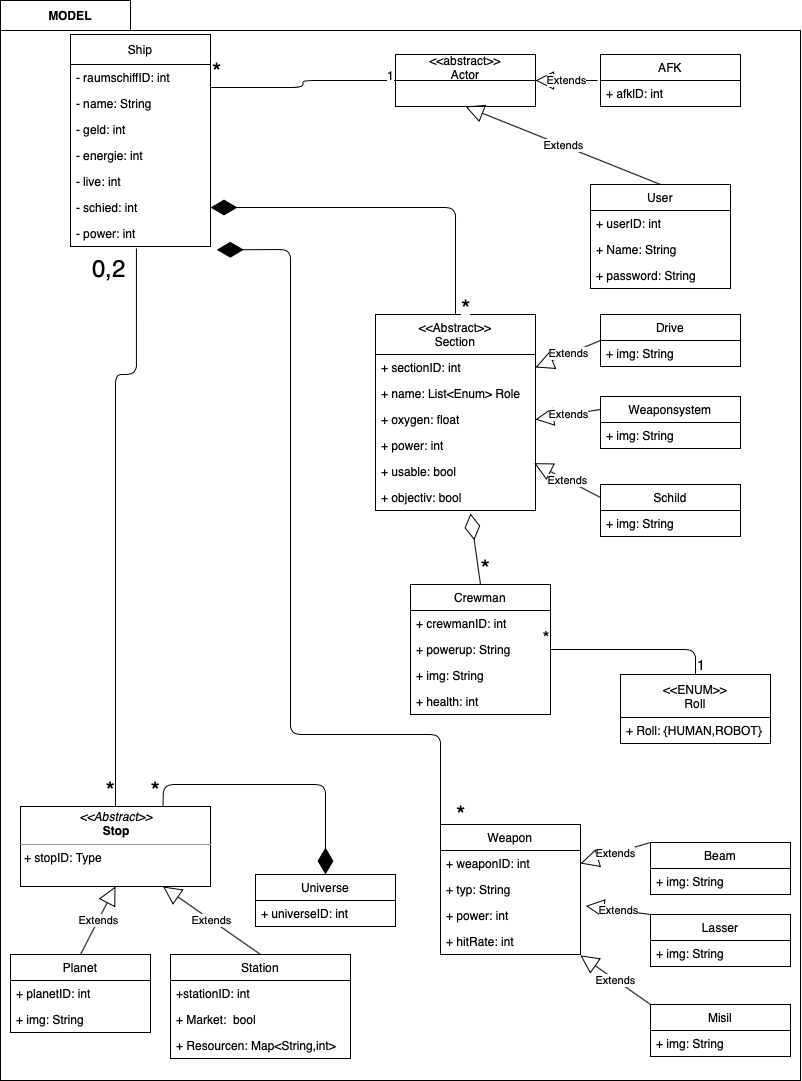
The draw.io diagram docs/Modulsicht_Quellcode/Model.png in ksreyr/SpaceStudio, before a commit. Source tidied: cells renumbered, new cells last; positions are measured from the earlier drawing's top-left corner, leaving out a move shared by most shapes.
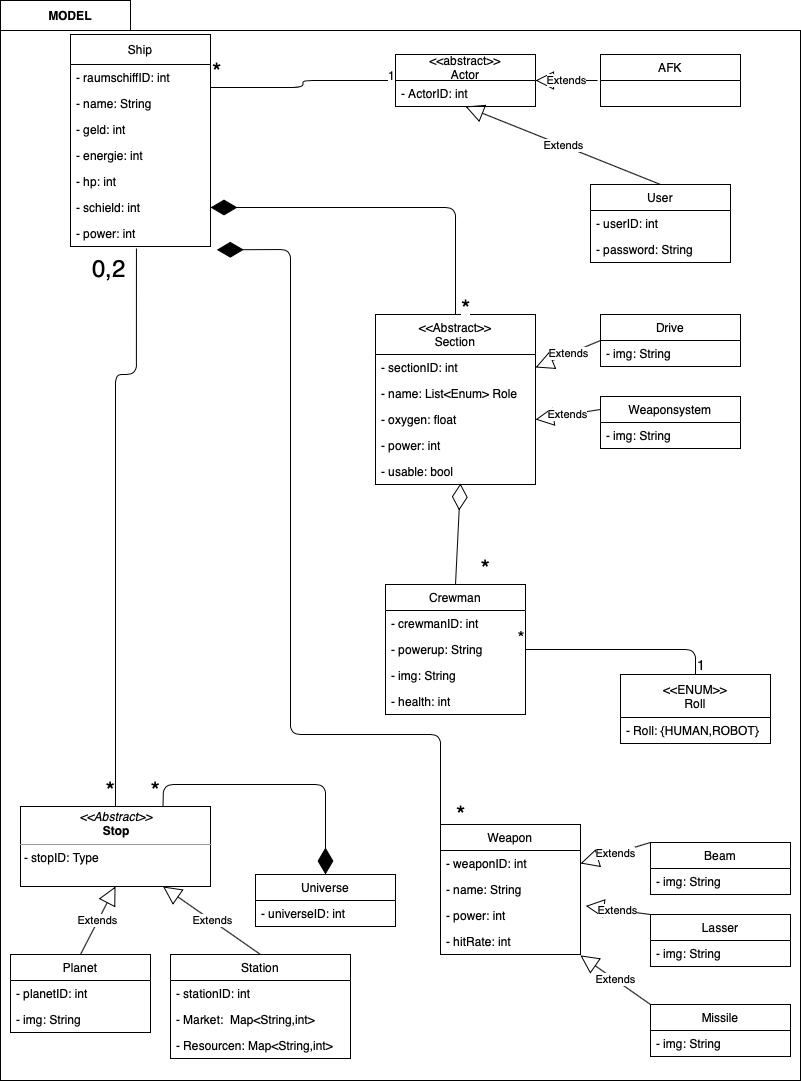
The same diagram one commit later.

The edit, as a diff of the source:
```diff
@@ -10,4 +10,6 @@
     </mxCell>
-    <mxCell id="4" value="Extends" style="endArrow=block;endSize=16;endFill=0;html=1;entryX=1;entryY=0.5;entryDx=0;entryDy=0;exitX=-0.021;exitY=0;exitDx=0;exitDy=0;exitPerimeter=0;" parent="1" edge="1" source="18" target="16">
-      <mxGeometry relative="1" as="geometry" />
+    <mxCell id="4" value="Extends" style="endArrow=block;endSize=16;endFill=0;html=1;entryX=1;entryY=0.5;entryDx=0;entryDy=0;exitX=-0.021;exitY=0;exitDx=0;exitDy=0;exitPerimeter=0;" parent="1" edge="1" target="16">
+      <mxGeometry relative="1" as="geometry">
+        <mxPoint x="597.1" y="80" as="sourcePoint" />
+      </mxGeometry>
     </mxCell>
@@ -39,6 +41,6 @@
     </mxCell>
-    <mxCell id="13" value="- live: int" style="text;strokeColor=none;fillColor=none;align=left;verticalAlign=top;spacingLeft=4;spacingRight=4;overflow=hidden;" parent="8" vertex="1">
+    <mxCell id="13" value="- hp: int" style="text;strokeColor=none;fillColor=none;align=left;verticalAlign=top;spacingLeft=4;spacingRight=4;overflow=hidden;" parent="8" vertex="1">
       <mxGeometry y="134" width="140" height="26" as="geometry" />
     </mxCell>
-    <mxCell id="14" value="- schied: int" style="text;strokeColor=none;fillColor=none;align=left;verticalAlign=top;spacingLeft=4;spacingRight=4;overflow=hidden;points=[[0,0.5],[1,0.5]];portConstraint=eastwest;" parent="8" vertex="1">
+    <mxCell id="14" value="- schield: int" style="text;strokeColor=none;fillColor=none;align=left;verticalAlign=top;spacingLeft=4;spacingRight=4;overflow=hidden;points=[[0,0.5],[1,0.5]];portConstraint=eastwest;" parent="8" vertex="1">
       <mxGeometry y="160" width="140" height="26" as="geometry" />
@@ -51,2 +53,5 @@
     </mxCell>
+    <mxCell id="87" value="- ActorID: int" style="text;strokeColor=none;fillColor=none;align=left;verticalAlign=top;spacingLeft=4;spacingRight=4;overflow=hidden;" parent="16" vertex="1">
+      <mxGeometry y="26" width="140" height="26" as="geometry" />
+    </mxCell>
     <mxCell id="17" value="AFK" style="swimlane;fontStyle=0;horizontal=1;startSize=26;fillColor=none;" parent="1" vertex="1">
@@ -54,18 +59,12 @@
     </mxCell>
-    <mxCell id="18" value="+ afklD: int" style="text;strokeColor=none;fillColor=none;align=left;verticalAlign=top;spacingLeft=4;spacingRight=4;overflow=hidden;points=[[0,0.5],[1,0.5]];portConstraint=eastwest;" parent="17" vertex="1">
-      <mxGeometry y="26" width="140" height="26" as="geometry" />
-    </mxCell>
     <mxCell id="19" value="User" style="swimlane;fontStyle=0;horizontal=1;startSize=26;fillColor=none;" parent="1" vertex="1">
-      <mxGeometry x="590" y="184" width="140" height="104" as="geometry" />
+      <mxGeometry x="590" y="184" width="140" height="78" as="geometry" />
     </mxCell>
-    <mxCell id="20" value="+ userID: int" style="text;strokeColor=none;fillColor=none;align=left;verticalAlign=top;spacingLeft=4;spacingRight=4;overflow=hidden;" parent="19" vertex="1">
+    <mxCell id="20" value="- userID: int" style="text;strokeColor=none;fillColor=none;align=left;verticalAlign=top;spacingLeft=4;spacingRight=4;overflow=hidden;" parent="19" vertex="1">
       <mxGeometry y="26" width="140" height="26" as="geometry" />
     </mxCell>
-    <mxCell id="21" value="+ Name: String" style="text;strokeColor=none;fillColor=none;align=left;verticalAlign=top;spacingLeft=4;spacingRight=4;overflow=hidden;" parent="19" vertex="1">
-      <mxGeometry y="52" width="140" height="26" as="geometry" />
-    </mxCell>
-    <mxCell id="22" value="+ password: String" style="text;strokeColor=none;fillColor=none;align=left;verticalAlign=top;spacingLeft=4;spacingRight=4;overflow=hidden;" parent="19" vertex="1">
-      <mxGeometry y="78" width="140" height="26" as="geometry" />
+    <mxCell id="22" value="- password: String" style="text;strokeColor=none;fillColor=none;align=left;verticalAlign=top;spacingLeft=4;spacingRight=4;overflow=hidden;" parent="19" vertex="1">
+      <mxGeometry y="52" width="140" height="26" as="geometry" />
     </mxCell>
-    <mxCell id="23" value="&lt;p style=&quot;margin: 0px ; margin-top: 4px ; text-align: center&quot;&gt;&lt;i&gt;&amp;lt;&amp;lt;Abstract&amp;gt;&amp;gt;&lt;/i&gt;&lt;br&gt;&lt;b&gt;Stop&lt;/b&gt;&lt;/p&gt;&lt;hr size=&quot;1&quot;&gt;&lt;p style=&quot;margin: 0px ; margin-left: 4px&quot;&gt;+ stopID: Type&lt;br&gt;&lt;/p&gt;&lt;p style=&quot;margin: 0px ; margin-left: 4px&quot;&gt;&lt;br&gt;&lt;/p&gt;" style="verticalAlign=top;align=left;overflow=fill;fontSize=12;fontFamily=Helvetica;html=1;" parent="1" vertex="1">
+    <mxCell id="23" value="&lt;p style=&quot;margin: 0px ; margin-top: 4px ; text-align: center&quot;&gt;&lt;i&gt;&amp;lt;&amp;lt;Abstract&amp;gt;&amp;gt;&lt;/i&gt;&lt;br&gt;&lt;b&gt;Stop&lt;/b&gt;&lt;/p&gt;&lt;hr size=&quot;1&quot;&gt;&lt;p style=&quot;margin: 0px ; margin-left: 4px&quot;&gt;- stopID: Type&lt;br&gt;&lt;/p&gt;&lt;p style=&quot;margin: 0px ; margin-left: 4px&quot;&gt;&lt;br&gt;&lt;/p&gt;" style="verticalAlign=top;align=left;overflow=fill;fontSize=12;fontFamily=Helvetica;html=1;" parent="1" vertex="1">
       <mxGeometry x="20" y="806" width="190" height="80" as="geometry" />
@@ -101,8 +100,2 @@
     </mxCell>
-    <mxCell id="30" value="Schild" style="swimlane;fontStyle=0;horizontal=1;startSize=26;fillColor=none;" parent="1" vertex="1">
-      <mxGeometry x="600" y="484" width="140" height="52" as="geometry" />
-    </mxCell>
-    <mxCell id="31" value="+ img: String&#10;" style="text;strokeColor=none;fillColor=none;align=left;verticalAlign=top;spacingLeft=4;spacingRight=4;overflow=hidden;" parent="30" vertex="1">
-      <mxGeometry y="26" width="140" height="26" as="geometry" />
-    </mxCell>
     <mxCell id="32" value="Extends" style="endArrow=block;endSize=16;endFill=0;html=1;exitX=0;exitY=0.5;exitDx=0;exitDy=0;entryX=1;entryY=0.5;entryDx=0;entryDy=0;" parent="1" edge="1" source="37" target="40">
@@ -113,5 +106,2 @@
     </mxCell>
-    <mxCell id="34" value="Extends" style="endArrow=block;endSize=16;endFill=0;html=1;exitX=0;exitY=0.25;exitDx=0;exitDy=0;entryX=0.992;entryY=1.179;entryDx=0;entryDy=0;entryPerimeter=0;" parent="1" edge="1" source="30" target="43">
-      <mxGeometry relative="1" as="geometry" />
-    </mxCell>
     <mxCell id="35" value="Weaponsystem" style="swimlane;fontStyle=0;horizontal=1;startSize=26;fillColor=none;" parent="1" vertex="1">
@@ -119,3 +109,3 @@
     </mxCell>
-    <mxCell id="36" value="+ img: String" style="text;strokeColor=none;fillColor=none;align=left;verticalAlign=top;spacingLeft=4;spacingRight=4;overflow=hidden;" parent="35" vertex="1">
+    <mxCell id="36" value="- img: String" style="text;strokeColor=none;fillColor=none;align=left;verticalAlign=top;spacingLeft=4;spacingRight=4;overflow=hidden;" parent="35" vertex="1">
       <mxGeometry y="26" width="140" height="26" as="geometry" />
@@ -125,3 +115,3 @@
     </mxCell>
-    <mxCell id="38" value="+ img: String" style="text;strokeColor=none;fillColor=none;align=left;verticalAlign=top;spacingLeft=4;spacingRight=4;overflow=hidden;" parent="37" vertex="1">
+    <mxCell id="38" value="- img: String" style="text;strokeColor=none;fillColor=none;align=left;verticalAlign=top;spacingLeft=4;spacingRight=4;overflow=hidden;" parent="37" vertex="1">
       <mxGeometry y="26" width="140" height="26" as="geometry" />
@@ -129,22 +119,19 @@
     <mxCell id="39" value="&lt;&lt;Abstract&gt;&gt;&#10;Section" style="swimlane;fontStyle=0;horizontal=1;startSize=40;fillColor=none;" parent="1" vertex="1">
-      <mxGeometry x="375" y="314" width="160" height="196" as="geometry" />
+      <mxGeometry x="375" y="314" width="160" height="170" as="geometry" />
     </mxCell>
-    <mxCell id="40" value="+ sectionID: int" style="text;strokeColor=none;fillColor=none;align=left;verticalAlign=top;spacingLeft=4;spacingRight=4;overflow=hidden;points=[[0,0.5],[1,0.5]];portConstraint=eastwest;" parent="39" vertex="1">
+    <mxCell id="40" value="- sectionID: int" style="text;strokeColor=none;fillColor=none;align=left;verticalAlign=top;spacingLeft=4;spacingRight=4;overflow=hidden;points=[[0,0.5],[1,0.5]];portConstraint=eastwest;" parent="39" vertex="1">
       <mxGeometry y="40" width="160" height="26" as="geometry" />
     </mxCell>
-    <mxCell id="41" value="+ name: List&lt;Enum&gt; Role" style="text;strokeColor=none;fillColor=none;align=left;verticalAlign=top;spacingLeft=4;spacingRight=4;overflow=hidden;" parent="39" vertex="1">
+    <mxCell id="41" value="- name: List&lt;Enum&gt; Role" style="text;strokeColor=none;fillColor=none;align=left;verticalAlign=top;spacingLeft=4;spacingRight=4;overflow=hidden;" parent="39" vertex="1">
       <mxGeometry y="66" width="160" height="26" as="geometry" />
     </mxCell>
-    <mxCell id="42" value="+ oxygen: float" style="text;strokeColor=none;fillColor=none;align=left;verticalAlign=top;spacingLeft=4;spacingRight=4;overflow=hidden;points=[[0,0.5],[1,0.5]];portConstraint=eastwest;" parent="39" vertex="1">
+    <mxCell id="42" value="- oxygen: float" style="text;strokeColor=none;fillColor=none;align=left;verticalAlign=top;spacingLeft=4;spacingRight=4;overflow=hidden;points=[[0,0.5],[1,0.5]];portConstraint=eastwest;" parent="39" vertex="1">
       <mxGeometry y="92" width="160" height="26" as="geometry" />
     </mxCell>
-    <mxCell id="43" value="+ power: int" style="text;strokeColor=none;fillColor=none;align=left;verticalAlign=top;spacingLeft=4;spacingRight=4;overflow=hidden;points=[[0,0.5],[1,0.5]];portConstraint=eastwest;" parent="39" vertex="1">
+    <mxCell id="43" value="- power: int" style="text;strokeColor=none;fillColor=none;align=left;verticalAlign=top;spacingLeft=4;spacingRight=4;overflow=hidden;points=[[0,0.5],[1,0.5]];portConstraint=eastwest;" parent="39" vertex="1">
       <mxGeometry y="118" width="160" height="26" as="geometry" />
     </mxCell>
-    <mxCell id="44" value="+ usable: bool" style="text;strokeColor=none;fillColor=none;align=left;verticalAlign=top;spacingLeft=4;spacingRight=4;overflow=hidden;points=[[0,0.5],[1,0.5]];portConstraint=eastwest;" parent="39" vertex="1">
+    <mxCell id="44" value="- usable: bool" style="text;strokeColor=none;fillColor=none;align=left;verticalAlign=top;spacingLeft=4;spacingRight=4;overflow=hidden;points=[[0,0.5],[1,0.5]];portConstraint=eastwest;" parent="39" vertex="1">
       <mxGeometry y="144" width="160" height="26" as="geometry" />
     </mxCell>
-    <mxCell id="45" value="+ objectiv: bool" style="text;strokeColor=none;fillColor=none;align=left;verticalAlign=top;spacingLeft=4;spacingRight=4;overflow=hidden;" parent="39" vertex="1">
-      <mxGeometry y="170" width="160" height="26" as="geometry" />
-    </mxCell>
     <mxCell id="46" value="Planet" style="swimlane;fontStyle=0;horizontal=1;startSize=26;fillColor=none;" parent="1" vertex="1">
@@ -152,6 +139,6 @@
     </mxCell>
-    <mxCell id="47" value="+ planetID: int" style="text;strokeColor=none;fillColor=none;align=left;verticalAlign=top;spacingLeft=4;spacingRight=4;overflow=hidden;" parent="46" vertex="1">
+    <mxCell id="47" value="- planetID: int" style="text;strokeColor=none;fillColor=none;align=left;verticalAlign=top;spacingLeft=4;spacingRight=4;overflow=hidden;" parent="46" vertex="1">
       <mxGeometry y="26" width="140" height="26" as="geometry" />
     </mxCell>
-    <mxCell id="48" value="+ img: String" style="text;strokeColor=none;fillColor=none;align=left;verticalAlign=top;spacingLeft=4;spacingRight=4;overflow=hidden;" parent="46" vertex="1">
+    <mxCell id="48" value="- img: String" style="text;strokeColor=none;fillColor=none;align=left;verticalAlign=top;spacingLeft=4;spacingRight=4;overflow=hidden;" parent="46" vertex="1">
       <mxGeometry y="52" width="140" height="26" as="geometry" />
@@ -203,9 +190,9 @@
     </mxCell>
-    <mxCell id="59" value="+stationID: int" style="text;strokeColor=none;fillColor=none;align=left;verticalAlign=top;spacingLeft=4;spacingRight=4;overflow=hidden;" parent="58" vertex="1">
+    <mxCell id="59" value="- stationID: int" style="text;strokeColor=none;fillColor=none;align=left;verticalAlign=top;spacingLeft=4;spacingRight=4;overflow=hidden;" parent="58" vertex="1">
       <mxGeometry y="26" width="180" height="26" as="geometry" />
     </mxCell>
-    <mxCell id="60" value="+ Market:  bool" style="text;strokeColor=none;fillColor=none;align=left;verticalAlign=top;spacingLeft=4;spacingRight=4;overflow=hidden;" parent="58" vertex="1">
+    <mxCell id="60" value="- Market:  Map&lt;String,int&gt;" style="text;strokeColor=none;fillColor=none;align=left;verticalAlign=top;spacingLeft=4;spacingRight=4;overflow=hidden;" parent="58" vertex="1">
       <mxGeometry y="52" width="180" height="26" as="geometry" />
     </mxCell>
-    <mxCell id="61" value="+ Resourcen: Map&lt;String,int&gt; " style="text;strokeColor=none;fillColor=none;align=left;verticalAlign=top;spacingLeft=4;spacingRight=4;overflow=hidden;" parent="58" vertex="1">
+    <mxCell id="61" value="- Resourcen: Map&lt;String,int&gt; " style="text;strokeColor=none;fillColor=none;align=left;verticalAlign=top;spacingLeft=4;spacingRight=4;overflow=hidden;" parent="58" vertex="1">
       <mxGeometry y="78" width="180" height="26" as="geometry" />
@@ -231,3 +218,3 @@
     </mxCell>
-    <mxCell id="67" value="+ universeID: int" style="text;strokeColor=none;fillColor=none;align=left;verticalAlign=top;spacingLeft=4;spacingRight=4;overflow=hidden;" parent="66" vertex="1">
+    <mxCell id="67" value="- universeID: int" style="text;strokeColor=none;fillColor=none;align=left;verticalAlign=top;spacingLeft=4;spacingRight=4;overflow=hidden;" parent="66" vertex="1">
       <mxGeometry y="26" width="140" height="26" as="geometry" />
@@ -237,12 +224,12 @@
     </mxCell>
-    <mxCell id="69" value="+ weaponID: int" style="text;strokeColor=none;fillColor=none;align=left;verticalAlign=top;spacingLeft=4;spacingRight=4;overflow=hidden;points=[[0,0.5],[1,0.5]];portConstraint=eastwest;" parent="68" vertex="1">
+    <mxCell id="69" value="- weaponID: int" style="text;strokeColor=none;fillColor=none;align=left;verticalAlign=top;spacingLeft=4;spacingRight=4;overflow=hidden;points=[[0,0.5],[1,0.5]];portConstraint=eastwest;" parent="68" vertex="1">
       <mxGeometry y="26" width="140" height="26" as="geometry" />
     </mxCell>
-    <mxCell id="70" value="+ typ: String" style="text;strokeColor=none;fillColor=none;align=left;verticalAlign=top;spacingLeft=4;spacingRight=4;overflow=hidden;points=[[0,0.5],[1,0.5]];portConstraint=eastwest;" parent="68" vertex="1">
+    <mxCell id="70" value="- name: String" style="text;strokeColor=none;fillColor=none;align=left;verticalAlign=top;spacingLeft=4;spacingRight=4;overflow=hidden;points=[[0,0.5],[1,0.5]];portConstraint=eastwest;" parent="68" vertex="1">
       <mxGeometry y="52" width="140" height="26" as="geometry" />
     </mxCell>
-    <mxCell id="71" value="+ power: int" style="text;strokeColor=none;fillColor=none;align=left;verticalAlign=top;spacingLeft=4;spacingRight=4;overflow=hidden;points=[[0,0.5],[1,0.5]];portConstraint=eastwest;" parent="68" vertex="1">
+    <mxCell id="71" value="- power: int" style="text;strokeColor=none;fillColor=none;align=left;verticalAlign=top;spacingLeft=4;spacingRight=4;overflow=hidden;points=[[0,0.5],[1,0.5]];portConstraint=eastwest;" parent="68" vertex="1">
       <mxGeometry y="78" width="140" height="26" as="geometry" />
     </mxCell>
-    <mxCell id="72" value="+ hitRate: int" style="text;strokeColor=none;fillColor=none;align=left;verticalAlign=top;spacingLeft=4;spacingRight=4;overflow=hidden;points=[[0,0.5],[1,0.5]];portConstraint=eastwest;" parent="68" vertex="1">
+    <mxCell id="72" value="- hitRate: int" style="text;strokeColor=none;fillColor=none;align=left;verticalAlign=top;spacingLeft=4;spacingRight=4;overflow=hidden;points=[[0,0.5],[1,0.5]];portConstraint=eastwest;" parent="68" vertex="1">
       <mxGeometry y="104" width="140" height="26" as="geometry" />
@@ -252,3 +239,3 @@
     </mxCell>
-    <mxCell id="74" value="+ img: String&#10;" style="text;strokeColor=none;fillColor=none;align=left;verticalAlign=top;spacingLeft=4;spacingRight=4;overflow=hidden;" parent="73" vertex="1">
+    <mxCell id="74" value="- img: String&#10;" style="text;strokeColor=none;fillColor=none;align=left;verticalAlign=top;spacingLeft=4;spacingRight=4;overflow=hidden;" parent="73" vertex="1">
       <mxGeometry y="26" width="140" height="26" as="geometry" />
@@ -258,15 +245,13 @@
     </mxCell>
-    <mxCell id="76" value="+ img: String&#10;" style="text;strokeColor=none;fillColor=none;align=left;verticalAlign=top;spacingLeft=4;spacingRight=4;overflow=hidden;" parent="75" vertex="1">
+    <mxCell id="76" value="- img: String&#10;" style="text;strokeColor=none;fillColor=none;align=left;verticalAlign=top;spacingLeft=4;spacingRight=4;overflow=hidden;" parent="75" vertex="1">
       <mxGeometry y="26" width="140" height="26" as="geometry" />
     </mxCell>
-    <mxCell id="77" value="Misil" style="swimlane;fontStyle=0;horizontal=1;startSize=26;fillColor=none;" parent="1" vertex="1">
+    <mxCell id="77" value="Missile" style="swimlane;fontStyle=0;horizontal=1;startSize=26;fillColor=none;" parent="1" vertex="1">
       <mxGeometry x="650" y="1004" width="140" height="52" as="geometry" />
     </mxCell>
-    <mxCell id="78" value="+ img: String&#10;" style="text;strokeColor=none;fillColor=none;align=left;verticalAlign=top;spacingLeft=4;spacingRight=4;overflow=hidden;" parent="77" vertex="1">
+    <mxCell id="78" value="- img: String&#10;" style="text;strokeColor=none;fillColor=none;align=left;verticalAlign=top;spacingLeft=4;spacingRight=4;overflow=hidden;" parent="77" vertex="1">
       <mxGeometry y="26" width="140" height="26" as="geometry" />
     </mxCell>
-    <mxCell id="79" style="endArrow=diamondThin;endFill=0;endSize=24;html=1;exitX=0.5;exitY=0;exitDx=0;exitDy=0;" parent="1" edge="1" source="82">
-      <mxGeometry relative="1" as="geometry">
-        <mxPoint x="470" y="513" as="targetPoint" />
-      </mxGeometry>
+    <mxCell id="79" style="endArrow=diamondThin;endFill=0;endSize=24;html=1;exitX=0.5;exitY=0;exitDx=0;exitDy=0;entryX=0.531;entryY=0.962;entryDx=0;entryDy=0;entryPerimeter=0;" parent="1" edge="1" source="82" target="44">
+      <mxGeometry relative="1" as="geometry" />
     </mxCell>
@@ -275,3 +260,3 @@
     </mxCell>
-    <mxCell id="81" value="+ Roll: {HUMAN,ROBOT} " style="text;strokeColor=none;fillColor=none;align=left;verticalAlign=top;spacingLeft=4;spacingRight=4;overflow=hidden;" parent="80" vertex="1">
+    <mxCell id="81" value="- Roll: {HUMAN,ROBOT} " style="text;strokeColor=none;fillColor=none;align=left;verticalAlign=top;spacingLeft=4;spacingRight=4;overflow=hidden;" parent="80" vertex="1">
       <mxGeometry y="43" width="150" height="26" as="geometry" />
@@ -279,14 +264,14 @@
     <mxCell id="82" value="Crewman" style="swimlane;fontStyle=0;horizontal=1;startSize=26;fillColor=none;" parent="1" vertex="1">
-      <mxGeometry x="410" y="584" width="140" height="130" as="geometry" />
+      <mxGeometry x="385" y="584" width="140" height="130" as="geometry" />
     </mxCell>
-    <mxCell id="83" value="+ crewmanID: int" style="text;strokeColor=none;fillColor=none;align=left;verticalAlign=top;spacingLeft=4;spacingRight=4;overflow=hidden;" parent="82" vertex="1">
+    <mxCell id="83" value="- crewmanID: int" style="text;strokeColor=none;fillColor=none;align=left;verticalAlign=top;spacingLeft=4;spacingRight=4;overflow=hidden;" parent="82" vertex="1">
       <mxGeometry y="26" width="140" height="26" as="geometry" />
     </mxCell>
-    <mxCell id="84" value="+ powerup: String" style="text;strokeColor=none;fillColor=none;align=left;verticalAlign=top;spacingLeft=4;spacingRight=4;overflow=hidden;points=[[0,0.5],[1,0.5]];portConstraint=eastwest;" parent="82" vertex="1">
+    <mxCell id="84" value="- powerup: String" style="text;strokeColor=none;fillColor=none;align=left;verticalAlign=top;spacingLeft=4;spacingRight=4;overflow=hidden;points=[[0,0.5],[1,0.5]];portConstraint=eastwest;" parent="82" vertex="1">
       <mxGeometry y="52" width="140" height="26" as="geometry" />
     </mxCell>
-    <mxCell id="85" value="+ img: String" style="text;strokeColor=none;fillColor=none;align=left;verticalAlign=top;spacingLeft=4;spacingRight=4;overflow=hidden;" parent="82" vertex="1">
+    <mxCell id="85" value="- img: String" style="text;strokeColor=none;fillColor=none;align=left;verticalAlign=top;spacingLeft=4;spacingRight=4;overflow=hidden;" parent="82" vertex="1">
       <mxGeometry y="78" width="140" height="26" as="geometry" />
     </mxCell>
-    <mxCell id="86" value="+ health: int" style="text;strokeColor=none;fillColor=none;align=left;verticalAlign=top;spacingLeft=4;spacingRight=4;overflow=hidden;" parent="82" vertex="1">
+    <mxCell id="86" value="- health: int" style="text;strokeColor=none;fillColor=none;align=left;verticalAlign=top;spacingLeft=4;spacingRight=4;overflow=hidden;" parent="82" vertex="1">
       <mxGeometry y="104" width="140" height="26" as="geometry" />
```
